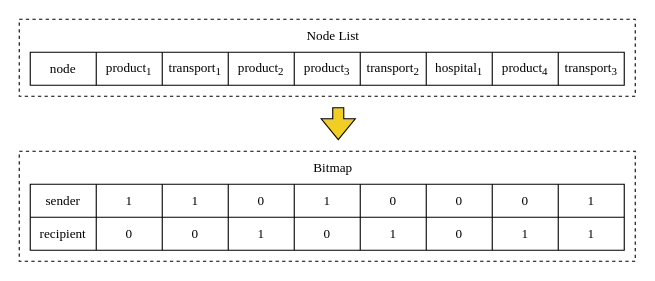
Before: page "3.4" (6 of 21) of 未命名绘图.drawio in jue73/7339, a draw.io diagram. Source tidied: cells renumbered, new cells numbered last; positions are measured from the earlier drawing's top-left corner, leaving out a move shared by most shapes. Both pictures are drawn from the tidied source at 110%, with x=0, y=0 at pixel (19, 19).
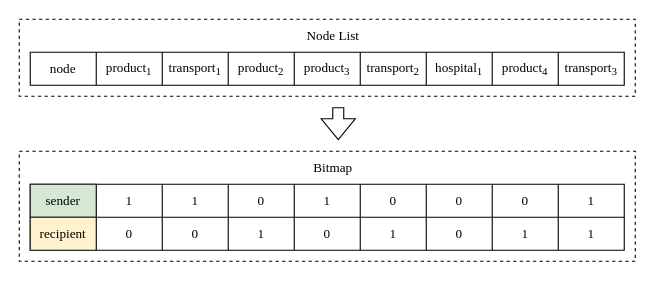
After the change.

The change refers to these unchanged cells:
```xml
<mxCell id="5" style="shape=tableRow;horizontal=0;startSize=0;swimlaneHead=0;swimlaneBody=0;strokeColor=inherit;top=0;left=0;bottom=0;right=0;fillColor=none;" parent="4" vertex="1">
  <mxGeometry width="540" height="30" as="geometry" />
</mxCell>
<mxCell id="15" style="shape=tableRow;horizontal=0;startSize=0;swimlaneHead=0;swimlaneBody=0;strokeColor=inherit;top=0;left=0;bottom=0;right=0;fillColor=none;" parent="4" vertex="1">
  <mxGeometry y="30" width="540" height="30" as="geometry" />
</mxCell>
```

What changed in the source:
```diff
@@
+    <mxCell id="37" style="rounded=0;whiteSpace=wrap;html=1;fillColor=none;dashed=1;" parent="1" vertex="1">
+      <mxGeometry y="120" width="560" height="100" as="geometry" />
+    </mxCell>
@@
-    <mxCell id="3" style="shape=flexArrow;endArrow=classic;html=1;rounded=0;fontFamily=Helvetica;fontSize=12;fontColor=default;fillColor=#f0ce24;" parent="1" edge="1">
+    <mxCell id="3" style="shape=flexArrow;endArrow=classic;html=1;rounded=0;fontFamily=Helvetica;fontSize=12;fontColor=default;fillColor=none;" parent="1" edge="1">
       <mxGeometry relative="1" as="geometry">
         <mxPoint x="290" y="80" as="sourcePoint" />
         <mxPoint x="290" y="110" as="targetPoint" />
       </mxGeometry>
     </mxCell>
@@
-    <mxCell id="6" value="&lt;span style=&quot;font-family: &amp;quot;Times New Roman&amp;quot;; text-align: left; text-wrap: nowrap;&quot;&gt;&lt;font style=&quot;font-size: 12px;&quot;&gt;sender&lt;/font&gt;&lt;/span&gt;" style="shape=partialRectangle;html=1;whiteSpace=wrap;strokeColor=inherit;overflow=hidden;fillColor=none;top=0;left=0;bottom=0;right=0;" parent="5" vertex="1">
+    <mxCell id="6" value="&lt;span style=&quot;font-family: &amp;quot;Times New Roman&amp;quot;; text-align: left; text-wrap: nowrap;&quot;&gt;&lt;font style=&quot;font-size: 12px;&quot;&gt;sender&lt;/font&gt;&lt;/span&gt;" style="shape=partialRectangle;html=1;whiteSpace=wrap;strokeColor=#1A1A1A;overflow=hidden;fillColor=#d5e8d4;top=1;left=1;bottom=1;right=1;" parent="5" vertex="1">
       <mxGeometry width="60" height="30" as="geometry" />
     </mxCell>
@@
-    <mxCell id="16" value="&lt;span style=&quot;font-family: &amp;quot;Times New Roman&amp;quot;; text-align: left; text-wrap: nowrap;&quot;&gt;&lt;font style=&quot;font-size: 12px;&quot;&gt;recipient&lt;/font&gt;&lt;/span&gt;" style="shape=partialRectangle;html=1;whiteSpace=wrap;strokeColor=inherit;overflow=hidden;fillColor=none;top=0;left=0;bottom=0;right=0;" parent="15" vertex="1">
+    <mxCell id="16" value="&lt;span style=&quot;font-family: &amp;quot;Times New Roman&amp;quot;; text-align: left; text-wrap: nowrap;&quot;&gt;&lt;font style=&quot;font-size: 12px;&quot;&gt;recipient&lt;/font&gt;&lt;/span&gt;" style="shape=partialRectangle;html=1;whiteSpace=wrap;strokeColor=#1A1A1A;overflow=hidden;fillColor=#fff2cc;top=1;left=1;bottom=1;right=1;" parent="15" vertex="1">
       <mxGeometry width="60" height="30" as="geometry" />
     </mxCell>
@@
-    <mxCell id="37" style="rounded=0;whiteSpace=wrap;html=1;fillColor=none;dashed=1;" parent="1" vertex="1">
-      <mxGeometry y="120" width="560" height="100" as="geometry" />
-    </mxCell>
```
